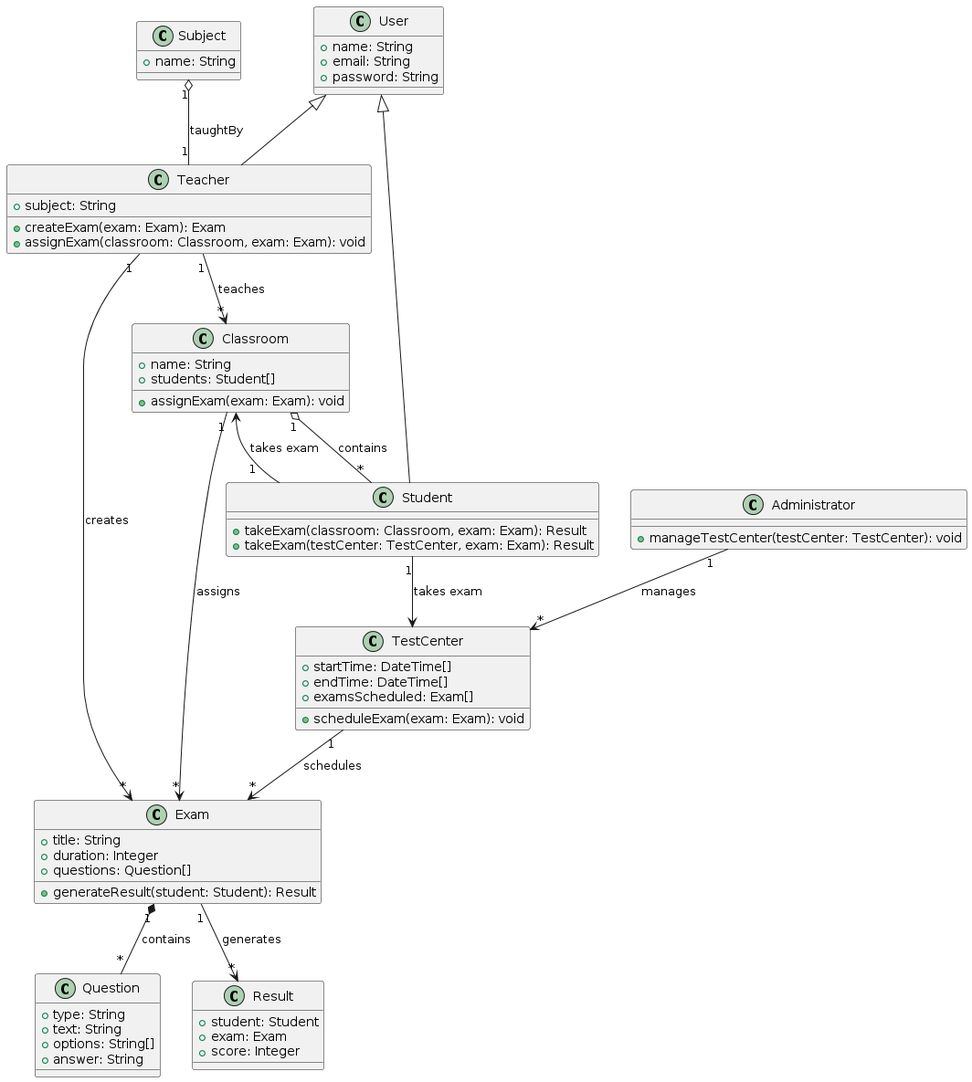
The PlantUML diagram class diagrams/entity.png in Killian0812/Group16_PTTKHT, before a commit.
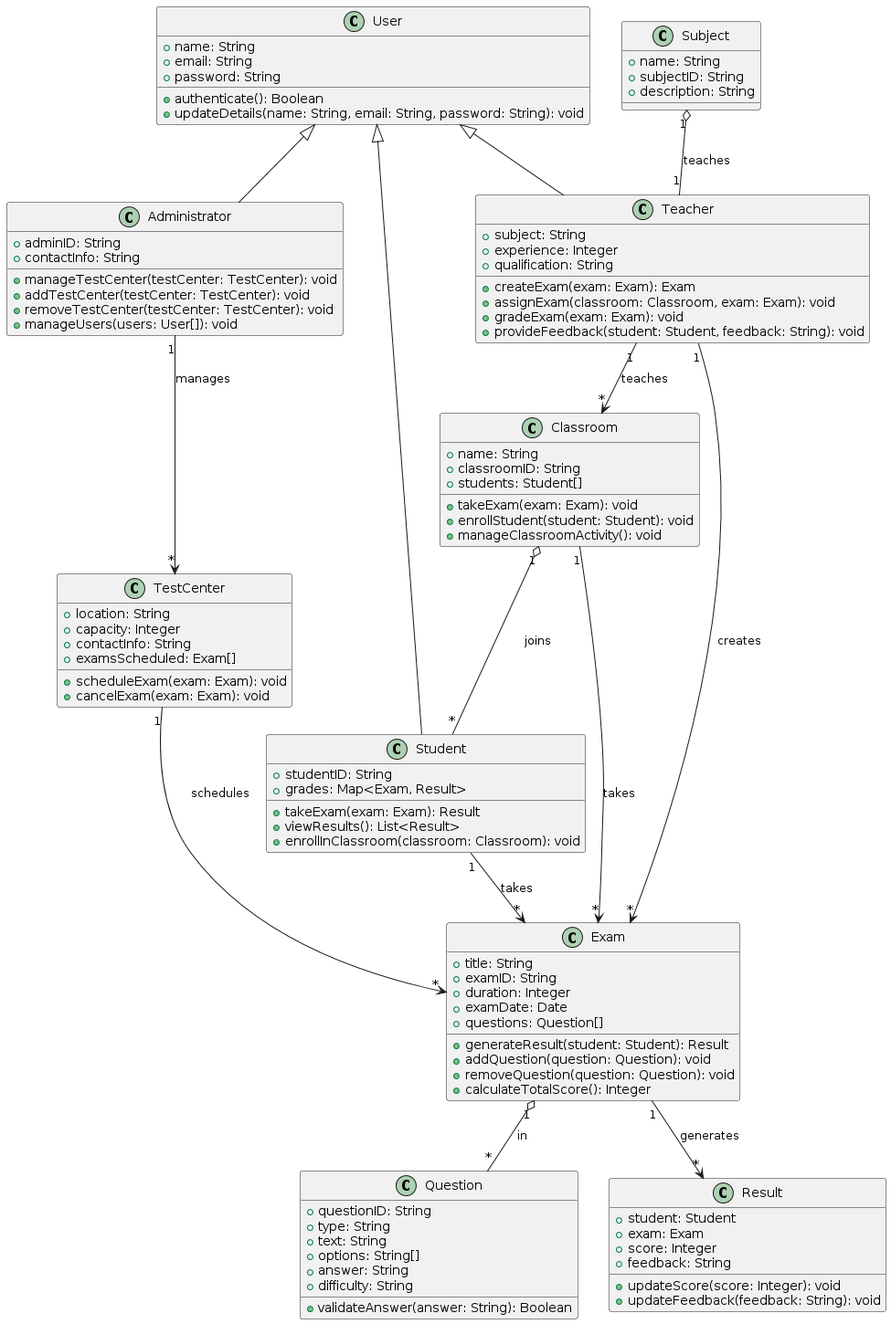
The same diagram one commit later.

Change to the diagram source:
```diff
@@ -3,72 +3,104 @@
   + name: String
   + email: String
   + password: String
+  + authenticate(): Boolean
+  + updateDetails(name: String, email: String, password: String): void
 }
 
 class Teacher {
   + subject: String
+  + experience: Integer
+  + qualification: String
   + createExam(exam: Exam): Exam
   + assignExam(classroom: Classroom, exam: Exam): void
+  + gradeExam(exam: Exam): void
+  + provideFeedback(student: Student, feedback: String): void
 }
 
 class Classroom {
   + name: String
+  + classroomID: String
   + students: Student[]
-  + assignExam(exam: Exam): void
+  + takeExam(exam: Exam): void
+  + enrollStudent(student: Student): void
+  + manageClassroomActivity(): void
 }
 
 class Student {
-  + takeExam(classroom: Classroom, exam: Exam): Result
-  + takeExam(testCenter: TestCenter, exam: Exam): Result
+  + studentID: String
+  + grades: Map<Exam, Result>
+  + takeExam(exam: Exam): Result
+  + viewResults(): List<Result>
+  + enrollInClassroom(classroom: Classroom): void
 }
 
 class Exam {
   + title: String
+  + examID: String
   + duration: Integer
+  + examDate: Date
   + questions: Question[]
   + generateResult(student: Student): Result
+  + addQuestion(question: Question): void
+  + removeQuestion(question: Question): void
+  + calculateTotalScore(): Integer
 }
 
 class Question {
+  + questionID: String
   + type: String
   + text: String
   + options: String[]
   + answer: String
+  + difficulty: String
+  + validateAnswer(answer: String): Boolean
 }
 
 class Result {
   + student: Student
   + exam: Exam
   + score: Integer
+  + feedback: String
+  + updateScore(score: Integer): void
+  + updateFeedback(feedback: String): void
 }
 
 class Subject {
   + name: String
+  + subjectID: String
+  + description: String
 }
 
 class TestCenter {
-  + startTime: DateTime[]
-  + endTime: DateTime[]
+  + location: String
+  + capacity: Integer
+  + contactInfo: String
   + examsScheduled: Exam[]
   + scheduleExam(exam: Exam): void
+  + cancelExam(exam: Exam): void
 }
 
 class Administrator {
+  + adminID: String
+  + contactInfo: String
   + manageTestCenter(testCenter: TestCenter): void
+  + addTestCenter(testCenter: TestCenter): void
+  + removeTestCenter(testCenter: TestCenter): void
+  + manageUsers(users: User[]): void
 }
 
 User <|-- Teacher
 User <|-- Student
+User <|-- Administrator
 
 Teacher "1" --> "*" Exam : creates
 Teacher "1" --> "*" Classroom : teaches
-Classroom "1" o-- "*" Student : contains
-Classroom "1" --> "*" Exam : assigns
-Student "1" --> Classroom : takes exam
-Student "1" --> TestCenter : takes exam
-Exam "1" *-- "*" Question : contains
+Classroom "1" o-- "*" Student : joins
+Classroom "1" --> "*" Exam : takes
+Student "1" --> "*" Exam : takes
+Exam "1" o-- "*" Question : in
 Exam "1" --> "*" Result : generates
-Subject "1" o-- "1" Teacher : taughtBy
+Subject "1" o-- "1" Teacher : teaches
 TestCenter "1" --> "*" Exam : schedules
 Administrator "1" --> "*" TestCenter : manages
 @enduml
```
